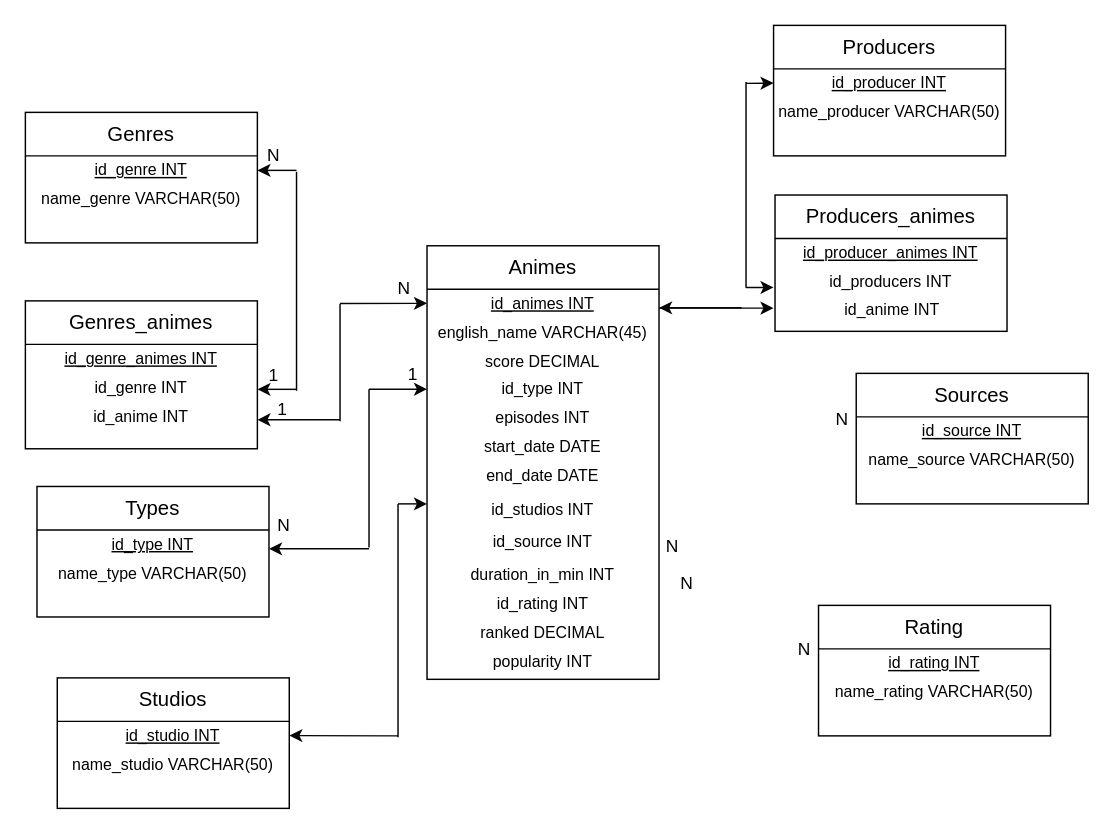
Before: Diagramme sans nom.drawio in CharlynChamptlon/sql_datascientest, a draw.io diagram. Source tidied: cells renumbered, new cells numbered last; positions are measured from the earlier drawing's top-left corner, leaving out a move shared by most shapes. Both pictures are drawn from the tidied source at 145%, with x=0, y=0 at pixel (25, 25).
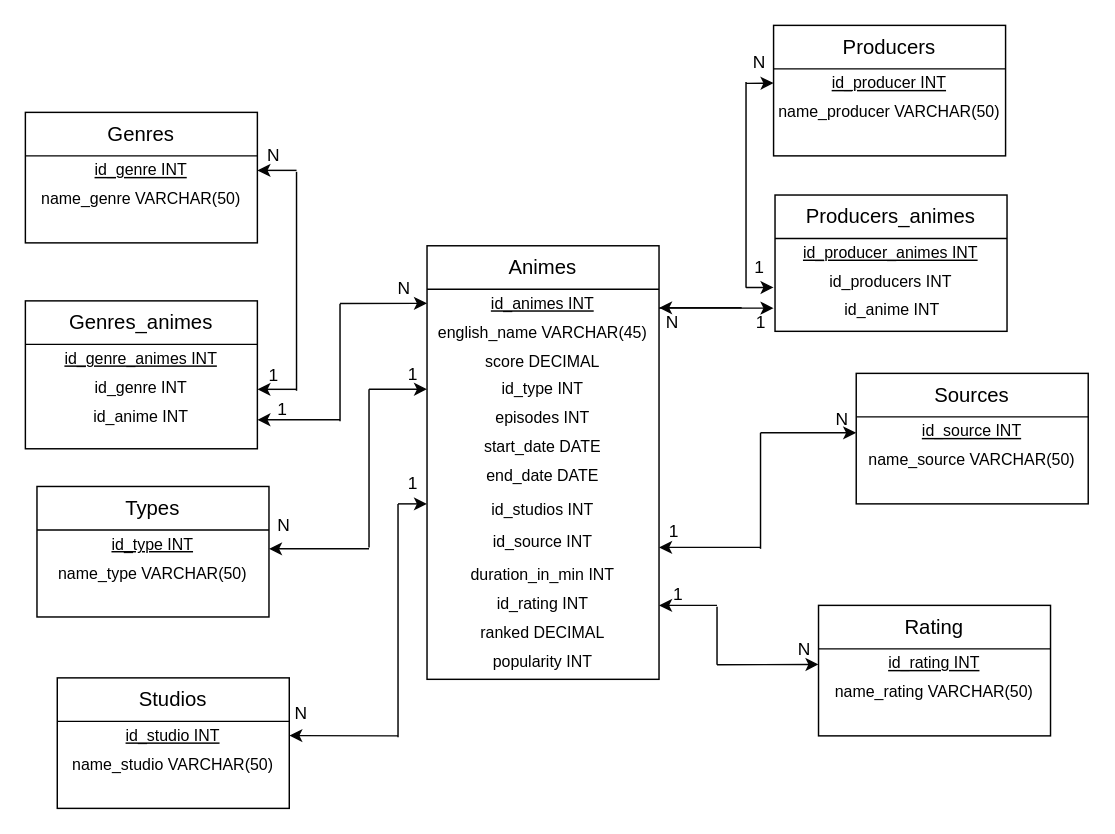
The same page after the edit.

Commit message (it also covers changes not shown here):
Mettre à jour Diagramme sans nom.drawio

Diff of the diagram source:
```diff
@@
-    <mxCell id="53" value="N" style="text;html=1;align=center;verticalAlign=middle;whiteSpace=wrap;rounded=0;" parent="1" vertex="1">
-      <mxGeometry x="437" y="345" width="19" height="30" as="geometry" />
+    <mxCell id="53" value="1" style="text;html=1;align=center;verticalAlign=middle;whiteSpace=wrap;rounded=0;" parent="1" vertex="1">
+      <mxGeometry x="438" y="334" width="19" height="29" as="geometry" />
     </mxCell>
-    <mxCell id="54" value="N" style="text;html=1;align=center;verticalAlign=middle;whiteSpace=wrap;rounded=0;" parent="1" vertex="1">
-      <mxGeometry x="447" y="370" width="19" height="30" as="geometry" />
+    <mxCell id="54" value="1" style="text;html=1;align=center;verticalAlign=middle;whiteSpace=wrap;rounded=0;" parent="1" vertex="1">
+      <mxGeometry x="441" y="378" width="19" height="30" as="geometry" />
     </mxCell>
@@
+    <mxCell id="87" style="endArrow=classic;html=1;rounded=0;entryX=0;entryY=0;entryDx=0;entryDy=0;strokeColor=#050505;" parent="1" edge="1">
+      <mxGeometry relative="1" as="geometry">
+        <mxPoint x="507" y="281" as="sourcePoint" />
+        <mxPoint x="573" y="281" as="targetPoint" />
+      </mxGeometry>
+    </mxCell>
+    <mxCell id="88" style="endArrow=none;html=1;rounded=0;" parent="1" edge="1">
+      <mxGeometry relative="1" as="geometry">
+        <mxPoint x="507" y="361" as="sourcePoint" />
+        <mxPoint x="507" y="281" as="targetPoint" />
+      </mxGeometry>
+    </mxCell>
+    <mxCell id="89" style="endArrow=classic;html=1;rounded=0;entryX=1;entryY=0.5;entryDx=0;entryDy=0;strokeColor=#050505;" parent="1" edge="1">
+      <mxGeometry relative="1" as="geometry">
+        <mxPoint x="507" y="360" as="sourcePoint" />
+        <mxPoint x="437" y="360" as="targetPoint" />
+      </mxGeometry>
+    </mxCell>
+    <mxCell id="90" value="N" style="text;html=1;align=center;verticalAlign=middle;whiteSpace=wrap;rounded=0;" parent="1" vertex="1">
+      <mxGeometry x="497" y="11" width="19" height="30" as="geometry" />
+    </mxCell>
+    <mxCell id="91" value="1" style="text;html=1;align=center;verticalAlign=middle;whiteSpace=wrap;rounded=0;" parent="1" vertex="1">
+      <mxGeometry x="497" y="152" width="19" height="30" as="geometry" />
+    </mxCell>
+    <mxCell id="92" value="1" style="text;html=1;align=center;verticalAlign=middle;whiteSpace=wrap;rounded=0;" parent="1" vertex="1">
+      <mxGeometry x="498" y="190" width="19" height="30" as="geometry" />
+    </mxCell>
+    <mxCell id="93" value="N" style="text;html=1;align=center;verticalAlign=middle;whiteSpace=wrap;rounded=0;" parent="1" vertex="1">
+      <mxGeometry x="437" y="190" width="19" height="30" as="geometry" />
+    </mxCell>
+    <mxCell id="94" value="1" style="text;html=1;align=center;verticalAlign=middle;whiteSpace=wrap;rounded=0;" parent="1" vertex="1">
+      <mxGeometry x="258" y="301" width="19" height="30" as="geometry" />
+    </mxCell>
+    <mxCell id="95" value="N" style="text;html=1;align=center;verticalAlign=middle;whiteSpace=wrap;rounded=0;" parent="1" vertex="1">
+      <mxGeometry x="181" y="460" width="19" height="30" as="geometry" />
+    </mxCell>
+    <mxCell id="96" style="endArrow=classic;html=1;rounded=0;entryX=0;entryY=0;entryDx=0;entryDy=0;strokeColor=#050505;" parent="1" edge="1">
+      <mxGeometry relative="1" as="geometry">
+        <mxPoint x="477" y="441" as="sourcePoint" />
+        <mxPoint x="547" y="440.7" as="targetPoint" />
+      </mxGeometry>
+    </mxCell>
+    <mxCell id="97" style="endArrow=none;html=1;rounded=0;" parent="1" edge="1">
+      <mxGeometry relative="1" as="geometry">
+        <mxPoint x="477" y="441" as="sourcePoint" />
+        <mxPoint x="477" y="401" as="targetPoint" />
+      </mxGeometry>
+    </mxCell>
+    <mxCell id="98" style="endArrow=classic;html=1;rounded=0;entryX=1;entryY=0.5;entryDx=0;entryDy=0;strokeColor=#050505;" parent="1" edge="1">
+      <mxGeometry relative="1" as="geometry">
+        <mxPoint x="477" y="400" as="sourcePoint" />
+        <mxPoint x="437" y="400" as="targetPoint" />
+      </mxGeometry>
+    </mxCell>
```
